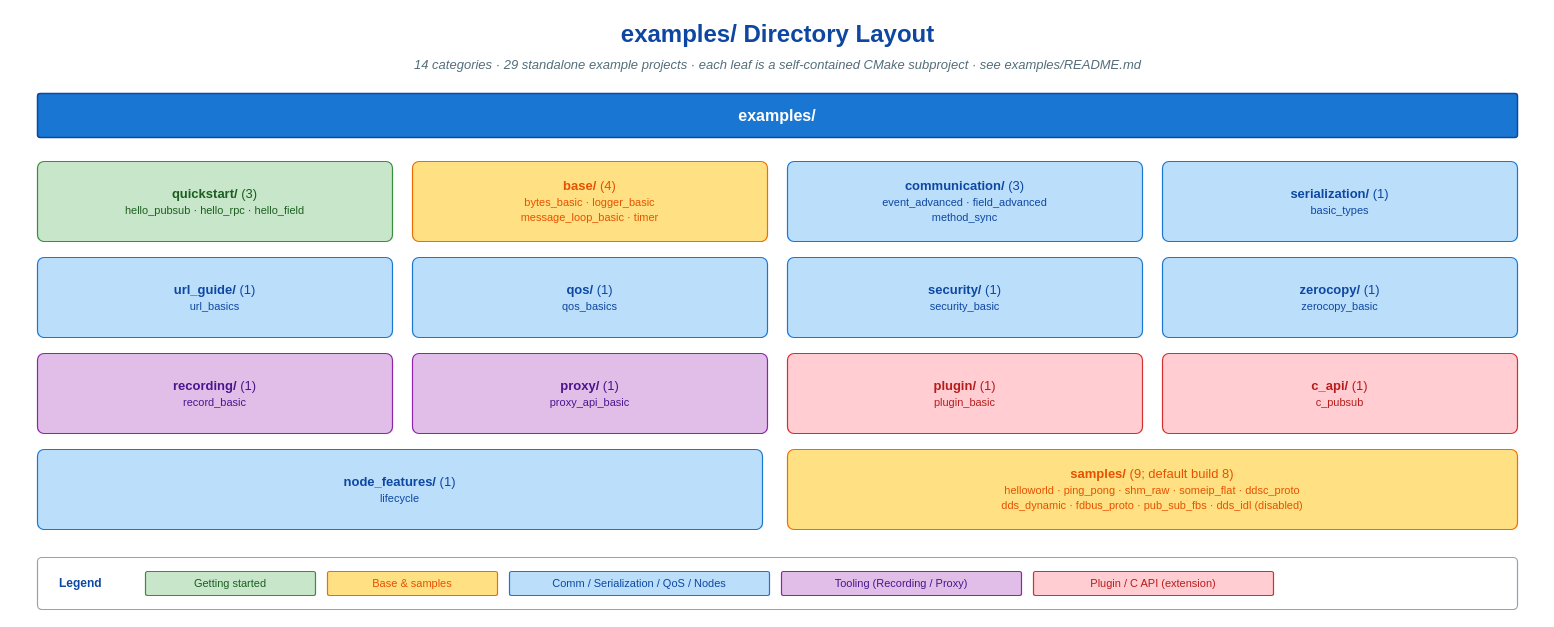
This is doc/images/examples-directory-tree.drawio from thun-res/vlink, a draw.io file, before an edit. Source tidied: cells renumbered, new cells numbered last; positions are measured from the earlier drawing's top-left corner, leaving out a move shared by most shapes. Both pictures are drawn from the tidied source at 100%, with x=0, y=0 at pixel (17, 17).
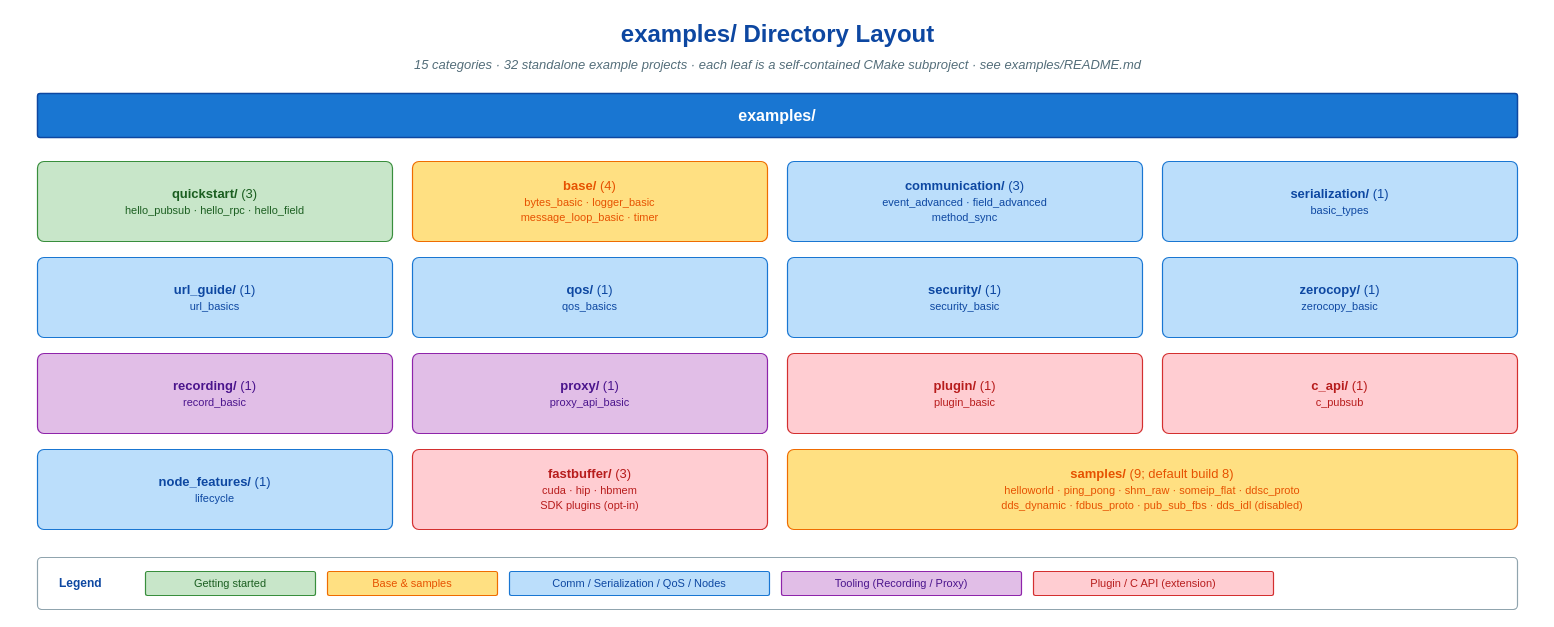
Above is the later version.

Change to the diagram source:
```diff
@@
-    <mxCell id="3" value="14 categories  ·  29 standalone example projects  ·  each leaf is a self-contained CMake subproject  ·  see examples/README.md" style="text;html=1;align=center;verticalAlign=middle;strokeColor=none;fillColor=none;fontFamily=Helvetica;fontSize=13;fontStyle=2;fontColor=#546e7a;" parent="1" vertex="1">
+    <mxCell id="3" value="15 categories  ·  32 standalone example projects  ·  each leaf is a self-contained CMake subproject  ·  see examples/README.md" style="text;html=1;align=center;verticalAlign=middle;strokeColor=none;fillColor=none;fontFamily=Helvetica;fontSize=13;fontStyle=2;fontColor=#546e7a;" parent="1" vertex="1">
       <mxGeometry y="36" width="1520" height="22" as="geometry" />
     </mxCell>
@@
     <mxCell id="17" value="&lt;b&gt;node_features/&lt;/b&gt;  (1)&lt;br/&gt;&lt;span style=&quot;font-size:11px;&quot;&gt;lifecycle&lt;/span&gt;" style="rounded=1;whiteSpace=wrap;html=1;fillColor=#bbdefb;strokeColor=#1976d2;strokeWidth=1.2;arcSize=8;shadow=0;fontFamily=Helvetica;fontSize=13;fontColor=#0d47a1;verticalAlign=middle;align=center;" parent="1" vertex="1">
-      <mxGeometry x="20" y="432" width="725" height="80" as="geometry" />
+      <mxGeometry x="20" y="432" width="355" height="80" as="geometry" />
     </mxCell>
+    <mxCell id="26" value="&lt;b&gt;fastbuffer/&lt;/b&gt;  (3)&lt;br/&gt;&lt;span style=&quot;font-size:11px;&quot;&gt;cuda · hip · hbmem&lt;br/&gt;SDK plugins (opt-in)&lt;/span&gt;" style="rounded=1;whiteSpace=wrap;html=1;fillColor=#ffcdd2;strokeColor=#d32f2f;strokeWidth=1.2;arcSize=8;shadow=0;fontFamily=Helvetica;fontSize=13;fontColor=#b71c1c;verticalAlign=middle;align=center;" parent="1" vertex="1">
+      <mxGeometry x="395" y="432" width="355" height="80" as="geometry" />
+    </mxCell>
```
